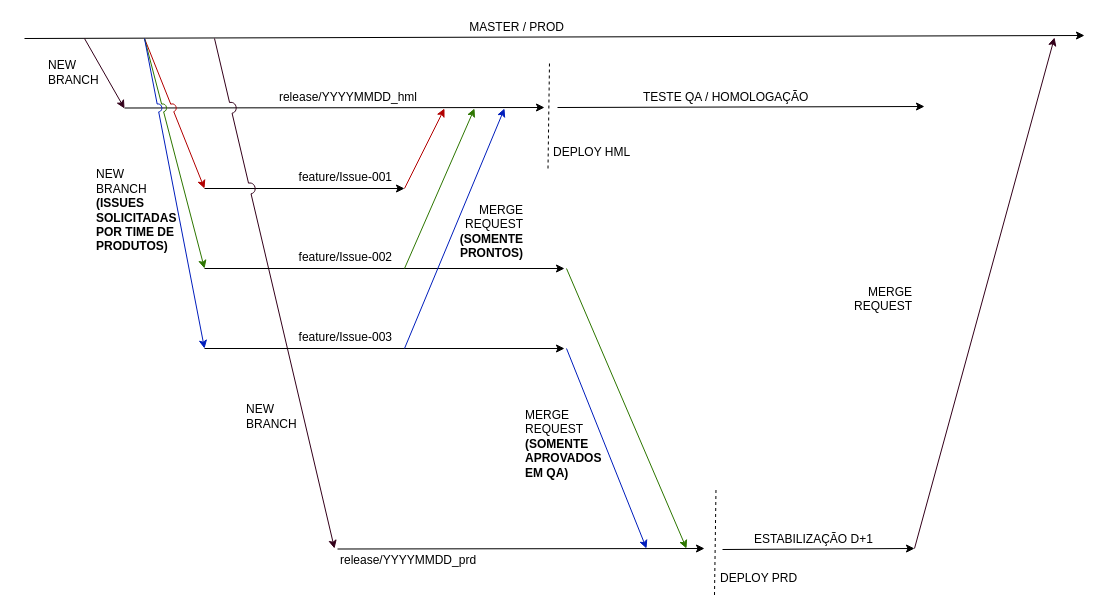
Earlier version of the draw.io diagram branching_model.drawio (jason-pires/devops). Source tidied: cells renumbered, new cells numbered last; positions are measured from the earlier drawing's top-left corner, leaving out a move shared by most shapes. Both pictures are drawn from the tidied source at 100%, with x=0, y=0 at pixel (24, 17).
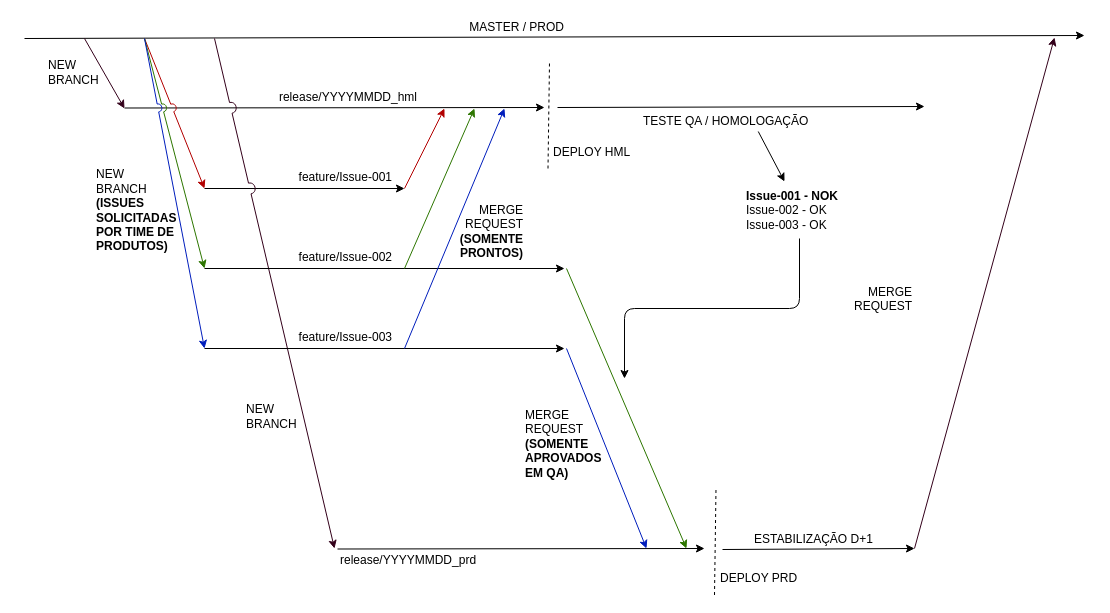
After the change.

Diff of the diagram source:
```diff
@@
     <mxCell id="38" value="TESTE QA / HOMOLOGAÇÃO" style="text;html=1;strokeColor=none;fillColor=none;align=left;verticalAlign=middle;whiteSpace=wrap;rounded=0;" parent="1" vertex="1">
-      <mxGeometry x="617" y="70" width="193" height="20" as="geometry" />
+      <mxGeometry x="617" y="94" width="223" height="20" as="geometry" />
     </mxCell>
+    <mxCell id="39" value="&lt;b&gt;Issue-001 - NOK&lt;/b&gt;&lt;br&gt;Issue-002 - OK&lt;br&gt;Issue-003 - OK" style="text;html=1;strokeColor=none;fillColor=none;align=left;verticalAlign=middle;whiteSpace=wrap;rounded=0;" parent="1" vertex="1">
+      <mxGeometry x="720" y="164" width="110" height="57" as="geometry" />
+    </mxCell>
+    <mxCell id="40" style="edgeStyle=elbowEdgeStyle;elbow=vertical;endArrow=none;html=1;strokeColor=#000000;startArrow=classic;startFill=1;endFill=0;" parent="1" edge="1" target="39">
+      <mxGeometry relative="1" as="geometry">
+        <mxPoint x="600" y="361" as="sourcePoint" />
+      </mxGeometry>
+    </mxCell>
+    <mxCell id="41" style="endArrow=classic;html=1;strokeColor=#000000;" parent="1" edge="1" source="38" target="39">
+      <mxGeometry relative="1" as="geometry" />
+    </mxCell>
```
